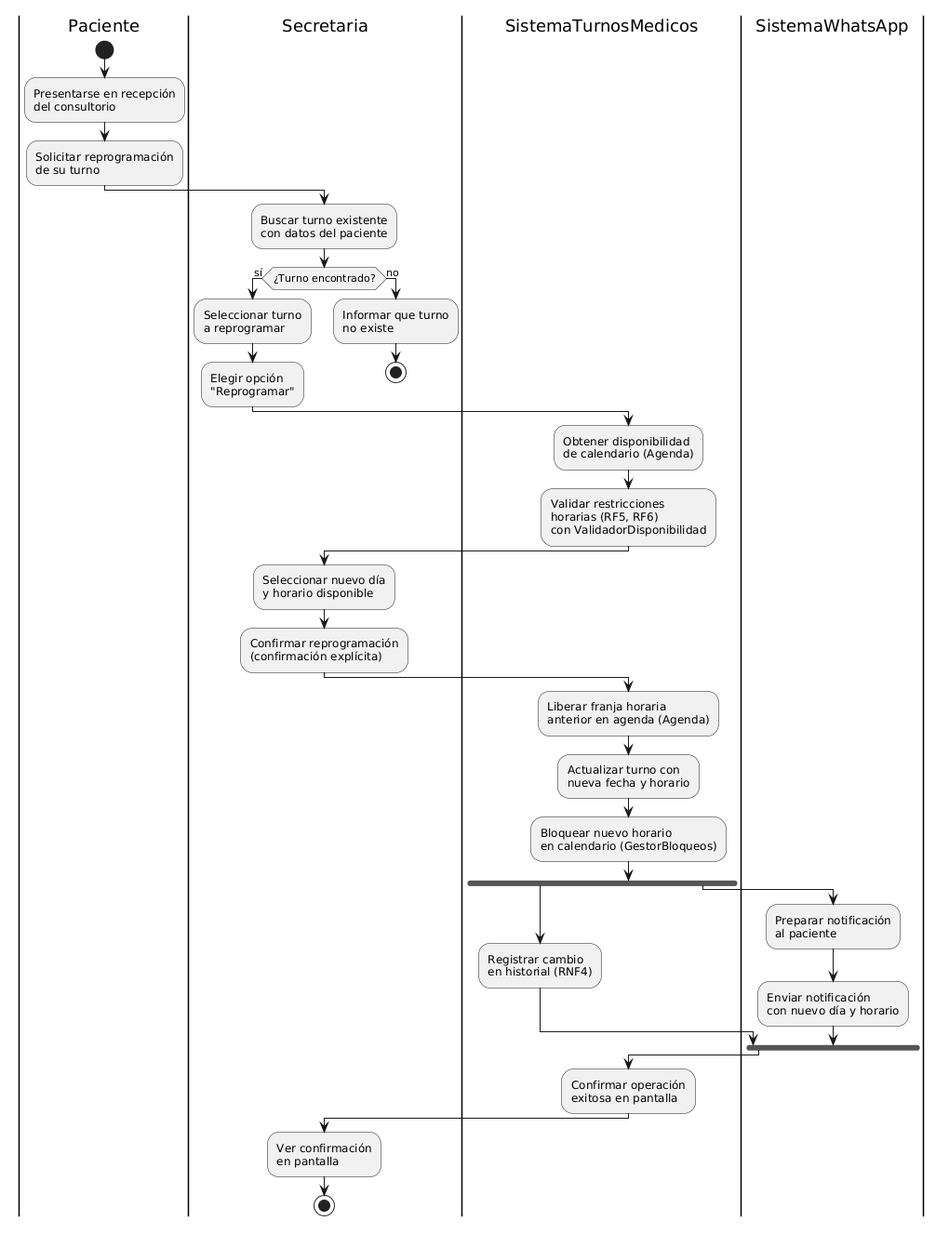
The PlantUML diagram diagramas/04-diagramas-actividades/04-actividad-reprogramar-turno-03.png in angelgc9107-lgtm/SistemaTurnosMedicos_GP6, before a commit.
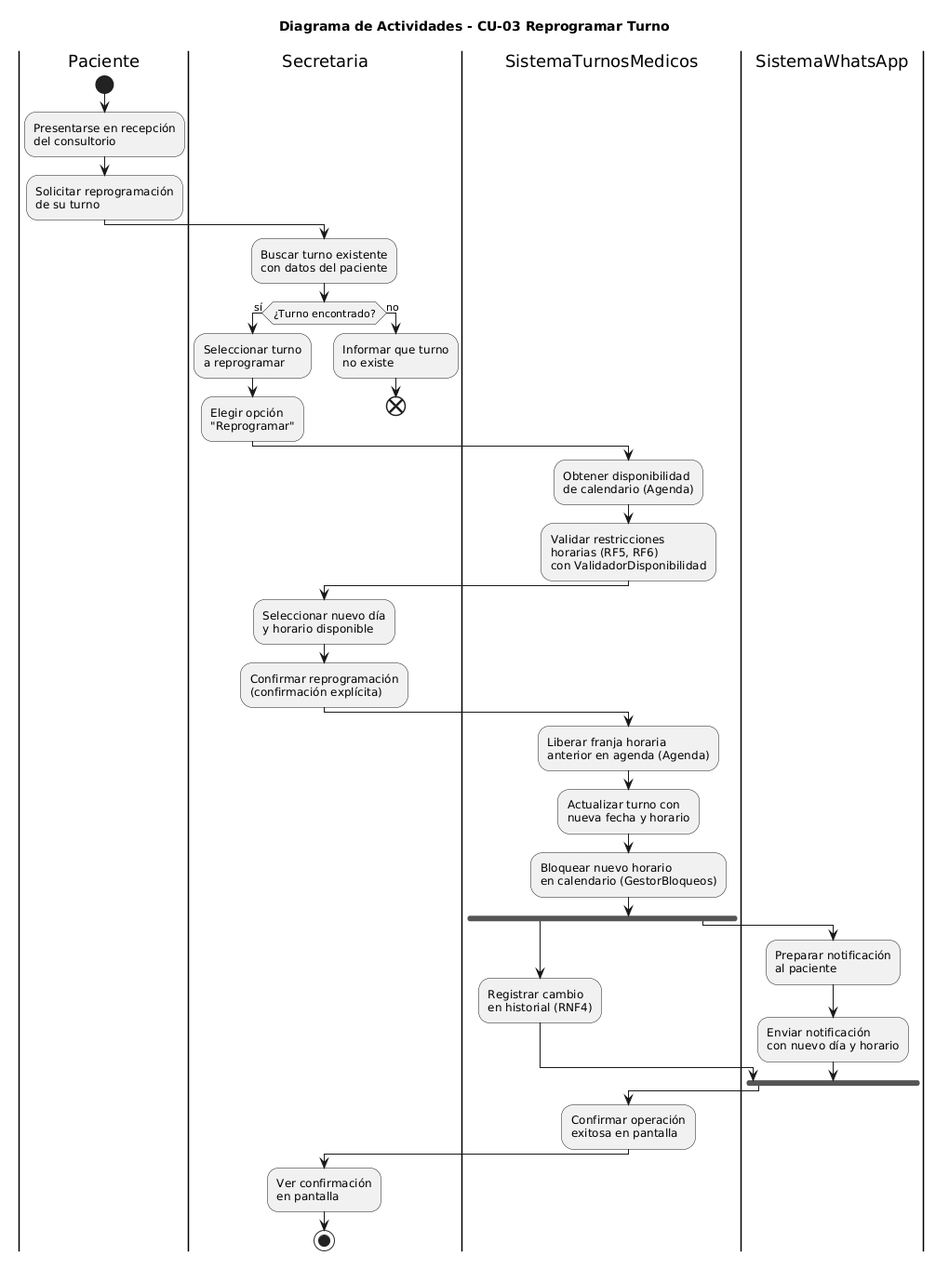
After the commit.

The edit, as a diff of the source:
```diff
@@ -1,4 +1,6 @@
 @startuml
+title Diagrama de Actividades - CU-03 Reprogramar Turno
+
 |Paciente|
 start
 :Presentarse en recepción\ndel consultorio;
@@ -12,7 +14,7 @@
     :Elegir opción\n"Reprogramar";
 else (no)
     :Informar que turno\nno existe;
-    stop
+    end
 endif
 
 |SistemaTurnosMedicos|
```
